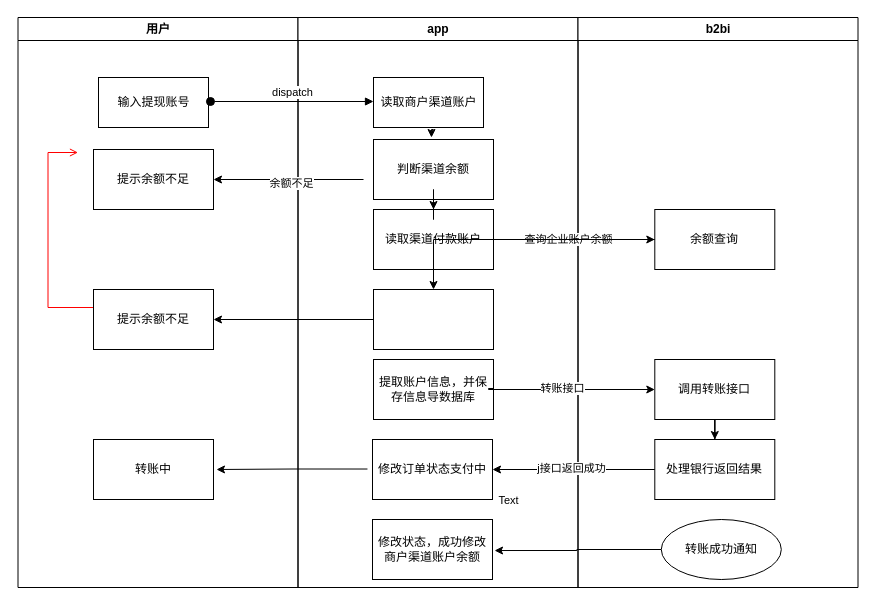
clouwide/draw keeps this draw.io diagram as 未命名绘图.drawio. Above is the earlier version. Source tidied: cells renumbered, new cells numbered last; positions are measured from the earlier drawing's top-left corner, leaving out a move shared by most shapes. Both pictures are drawn from the tidied source at 100%, with x=0, y=0 at pixel (17, 17).
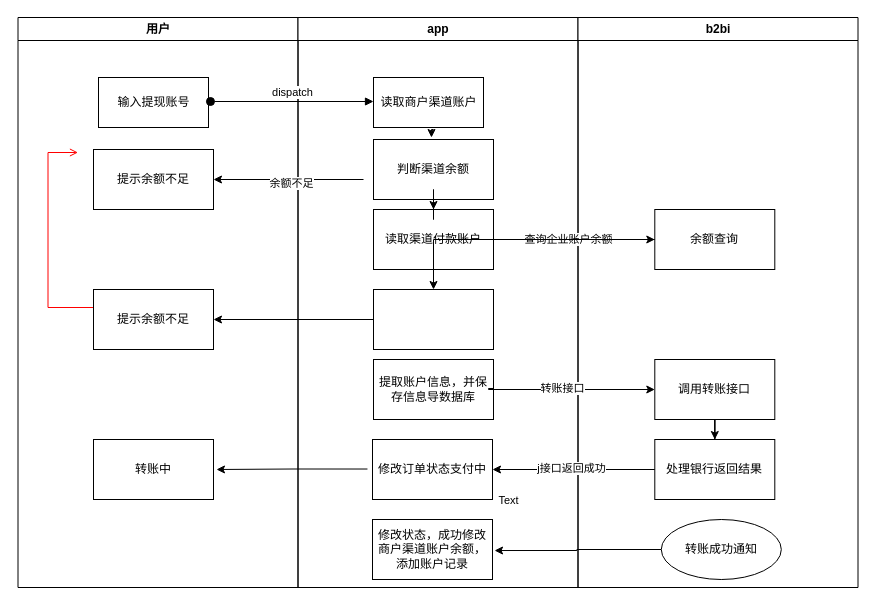
After the change.

The change refers to these unchanged cells:
```xml
<mxCell id="8" value="app" style="swimlane;whiteSpace=wrap;" parent="1" vertex="1">
  <mxGeometry x="280.5" width="280" height="570" as="geometry" />
</mxCell>
```

The edit, as a diff of the source:
```diff
@@
-    <mxCell id="16" value="修改状态，成功修改商户渠道账户余额" style="whiteSpace=wrap;html=1;fillColor=rgb(255, 255, 255);strokeColor=rgb(0, 0, 0);fontColor=rgb(0, 0, 0);" parent="8" vertex="1">
+    <mxCell id="16" value="修改状态，成功修改商户渠道账户余额，添加账户记录" style="whiteSpace=wrap;html=1;fillColor=rgb(255, 255, 255);strokeColor=rgb(0, 0, 0);fontColor=rgb(0, 0, 0);" parent="8" vertex="1">
       <mxGeometry x="74.5" y="502" width="120" height="60" as="geometry" />
     </mxCell>
```
